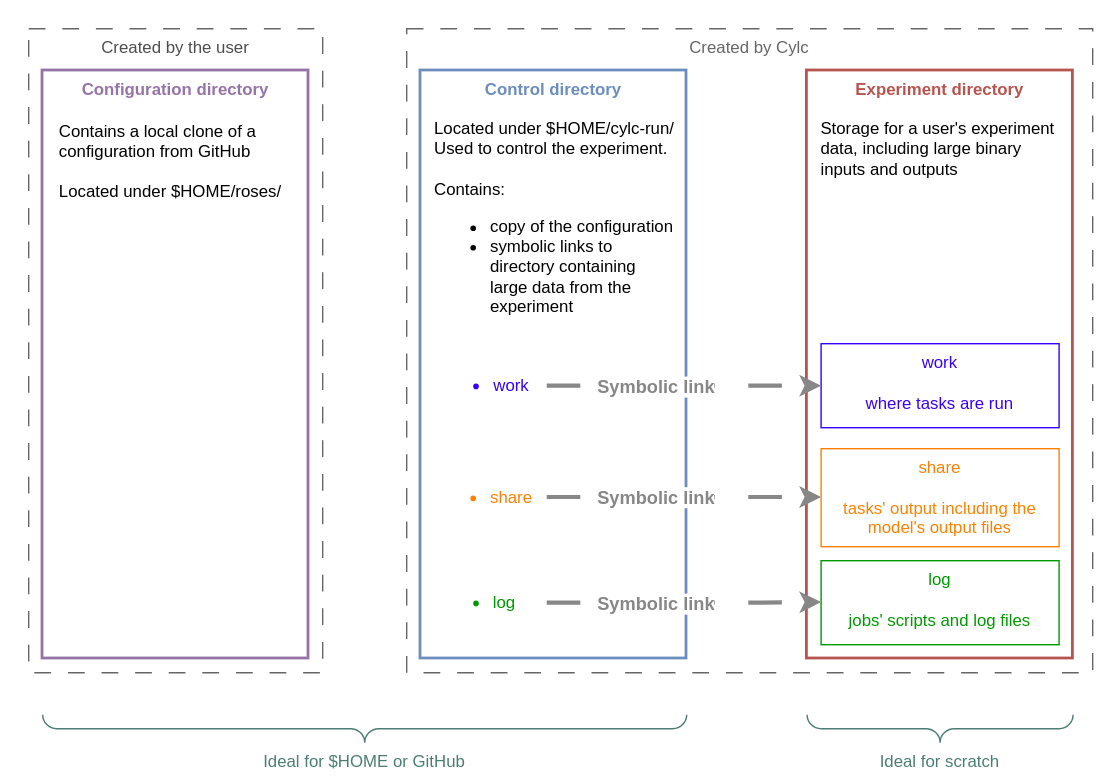
Earlier version of the draw.io export docs/assets/cylc_file_org.drawio.svg (ACCESS-NRI/ACCESS-Hive-Docs). Source tidied: cells renumbered, new cells last; positions are measured from the earlier drawing's top-left corner, leaving out a move shared by most shapes.
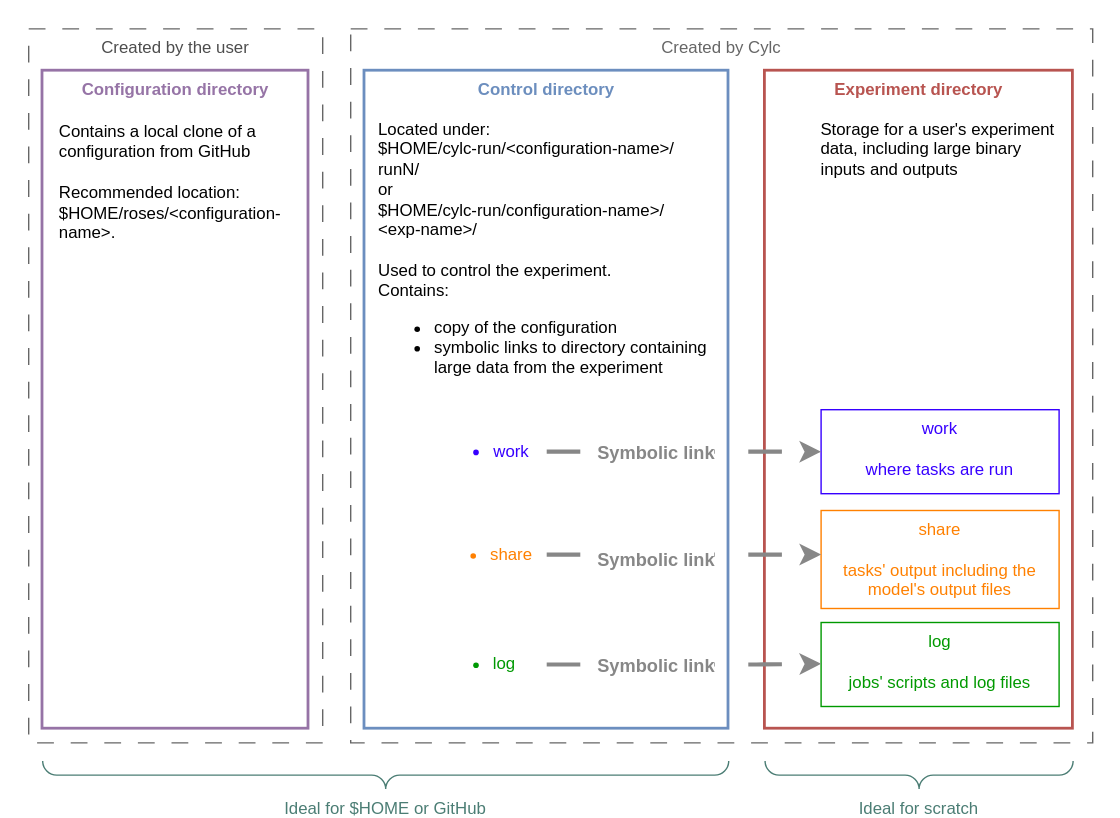
After the commit.

Commit message:
Update diagram for cylc

Change to the diagram source:
```diff
@@ -6,37 +6,37 @@
       <mxGeometry width="800" height="560" as="geometry" />
     </mxCell>
     <mxCell id="3" value="Created by the user" style="rounded=0;whiteSpace=wrap;html=1;verticalAlign=top;fontColor=#4D4D4D;strokeColor=#666666;dashed=1;dashPattern=12 12;" parent="1" vertex="1">
-      <mxGeometry x="20" y="20" width="210" height="460" as="geometry" />
+      <mxGeometry x="20" y="20" width="210" height="510" as="geometry" />
     </mxCell>
     <mxCell id="4" value="Created by Cylc" style="rounded=0;whiteSpace=wrap;html=1;verticalAlign=top;strokeColor=#666666;dashed=1;dashPattern=12 12;fontColor=#666666;" parent="1" vertex="1">
-      <mxGeometry x="290" y="20" width="490" height="460" as="geometry" />
+      <mxGeometry x="250" y="20" width="530" height="510" as="geometry" />
     </mxCell>
     <mxCell id="5" value="Configuration directory" style="rounded=0;whiteSpace=wrap;html=1;align=center;verticalAlign=top;fillColor=none;strokeColor=#9673a6;fontColor=light-dark(#9674a6, #ededed);strokeWidth=2;fontStyle=1;" parent="1" vertex="1">
-      <mxGeometry x="30" y="50" width="190" height="420" as="geometry" />
+      <mxGeometry x="30" y="50" width="190" height="470" as="geometry" />
     </mxCell>
-    <mxCell id="6" value="Contains a local clone of a configuration from GitHub&lt;div&gt;&lt;br&gt;&lt;/div&gt;&lt;div&gt;Located under $HOME/roses/&lt;/div&gt;" style="rounded=0;whiteSpace=wrap;html=1;strokeColor=none;align=left;verticalAlign=top;" parent="1" vertex="1">
-      <mxGeometry x="40" y="80" width="170" height="120" as="geometry" />
+    <mxCell id="6" value="Contains a local clone of a configuration from GitHub&lt;div&gt;&lt;br&gt;&lt;/div&gt;&lt;div&gt;Recommended location: $HOME/roses/&amp;lt;configuration-name&amp;gt;.&lt;/div&gt;&lt;div&gt;&lt;br&gt;&lt;/div&gt;" style="rounded=0;whiteSpace=wrap;html=1;strokeColor=none;align=left;verticalAlign=top;" parent="1" vertex="1">
+      <mxGeometry x="40" y="80" width="170" height="105" as="geometry" />
     </mxCell>
     <mxCell id="7" value="Control directory" style="rounded=0;whiteSpace=wrap;html=1;align=center;verticalAlign=top;fillColor=none;strokeColor=#6c8ebf;strokeWidth=2;fontStyle=1;fontColor=light-dark(#6c8ebe, #ededed);" parent="1" vertex="1">
-      <mxGeometry x="300" y="50" width="190" height="420" as="geometry" />
+      <mxGeometry x="260" y="50" width="260" height="470" as="geometry" />
     </mxCell>
-    <mxCell id="8" value="Located under $HOME/cylc-run/&lt;div&gt;&lt;div&gt;Used to control the experiment.&lt;/div&gt;&lt;div&gt;&lt;br&gt;&lt;/div&gt;&lt;div&gt;Contains:&lt;/div&gt;&lt;div&gt;&lt;ul&gt;&lt;li&gt;copy of the configuration&lt;/li&gt;&lt;li&gt;symbolic links to directory containing large data from the experiment&lt;/li&gt;&lt;/ul&gt;&lt;/div&gt;&lt;div&gt;&lt;br&gt;&lt;/div&gt;&lt;/div&gt;" style="rounded=0;whiteSpace=wrap;html=1;strokeColor=none;align=left;verticalAlign=top;spacing=0;" parent="1" vertex="1">
-      <mxGeometry x="310" y="80" width="170" height="165" as="geometry" />
+    <mxCell id="8" value="Located under:&lt;span style=&quot;background-color: transparent; color: light-dark(rgb(0, 0, 0), rgb(255, 255, 255));&quot;&gt;&amp;nbsp;&lt;/span&gt;&lt;div&gt;$HOME/cylc-run/&amp;lt;configuration-name&amp;gt;/&lt;/div&gt;&lt;div&gt;runN/&amp;nbsp;&lt;/div&gt;&lt;div&gt;or&amp;nbsp;&lt;/div&gt;&lt;div&gt;$HOME/cylc-run/configuration-name&amp;gt;/&lt;/div&gt;&lt;div&gt;&amp;lt;exp-name&amp;gt;/&lt;br&gt;&lt;div&gt;&lt;div&gt;&lt;br&gt;&lt;/div&gt;&lt;div&gt;Used to control the experiment.&lt;/div&gt;&lt;div&gt;&lt;span style=&quot;background-color: transparent; color: light-dark(rgb(0, 0, 0), rgb(255, 255, 255));&quot;&gt;Contains:&lt;/span&gt;&lt;/div&gt;&lt;div&gt;&lt;ul&gt;&lt;li&gt;copy of the configuration&lt;/li&gt;&lt;li&gt;symbolic links to directory containing large data from the experiment&lt;/li&gt;&lt;/ul&gt;&lt;/div&gt;&lt;div&gt;&lt;br&gt;&lt;/div&gt;&lt;/div&gt;&lt;/div&gt;" style="rounded=0;whiteSpace=wrap;html=1;strokeColor=none;align=left;verticalAlign=top;spacing=0;" parent="1" vertex="1">
+      <mxGeometry x="270" y="80" width="240" height="210" as="geometry" />
     </mxCell>
     <mxCell id="9" value="Experiment directory" style="rounded=0;whiteSpace=wrap;html=1;align=center;verticalAlign=top;fillColor=none;strokeColor=#b85450;strokeWidth=2;fontStyle=1;fontColor=light-dark(#b85450, #ededed);" parent="1" vertex="1">
-      <mxGeometry x="576" y="50" width="190" height="420" as="geometry" />
+      <mxGeometry x="546" y="50" width="220" height="470" as="geometry" />
     </mxCell>
     <mxCell id="10" value="&lt;div&gt;&lt;div&gt;Storage for a user's experiment data, including large binary inputs and outputs&lt;/div&gt;&lt;/div&gt;" style="rounded=0;whiteSpace=wrap;html=1;strokeColor=none;align=left;verticalAlign=top;spacing=0;" parent="1" vertex="1">
       <mxGeometry x="586" y="80" width="170" height="60" as="geometry" />
     </mxCell>
-    <mxCell id="11" value="work&lt;div&gt;&lt;br&gt;&lt;/div&gt;&lt;div&gt;where tasks are run&lt;/div&gt;" style="rounded=0;whiteSpace=wrap;html=1;verticalAlign=top;fontColor=light-dark(#3700ff, #ededed);strokeColor=light-dark(#3700ff, #ededed);" parent="1" vertex="1">
-      <mxGeometry x="586" y="245" width="170" height="60" as="geometry" />
+    <mxCell id="11" value="work&lt;div&gt;&lt;br&gt;&lt;/div&gt;&lt;div&gt;where tasks are run&lt;/div&gt;" style="rounded=0;whiteSpace=wrap;html=1;verticalAlign=top;fontColor=#3700FF;strokeColor=#3700FF;" parent="1" vertex="1">
+      <mxGeometry x="586" y="292" width="170" height="60" as="geometry" />
     </mxCell>
     <mxCell id="12" style="edgeStyle=orthogonalEdgeStyle;rounded=0;jettySize=auto;html=1;entryX=0;entryY=0.5;entryDx=0;entryDy=0;dashed=1;dashPattern=8 8;strokeColor=#878787;fontColor=#6E6E6E;exitX=1;exitY=0.5;exitDx=0;exitDy=0;strokeWidth=3;" parent="1" edge="1" source="18" target="11">
       <mxGeometry relative="1" as="geometry">
         <Array as="points">
-          <mxPoint x="540" y="275" />
-          <mxPoint x="540" y="275" />
+          <mxPoint x="540" y="322" />
+          <mxPoint x="540" y="322" />
         </Array>
       </mxGeometry>
     </mxCell>
@@ -46,46 +46,46 @@
       </mxGeometry>
     </mxCell>
     <mxCell id="14" value="share&lt;div&gt;&lt;br&gt;&lt;/div&gt;&lt;div&gt;tasks' output including the model's output files&lt;/div&gt;" style="rounded=0;whiteSpace=wrap;html=1;verticalAlign=top;strokeColor=#FF8000;fillColor=none;fontColor=#FF8000;" parent="1" vertex="1">
-      <mxGeometry x="586" y="320" width="170" height="70" as="geometry" />
+      <mxGeometry x="586" y="364" width="170" height="70" as="geometry" />
     </mxCell>
     <mxCell id="15" value="log&lt;div&gt;&lt;br&gt;&lt;/div&gt;&lt;div&gt;jobs' scripts and log files&lt;/div&gt;" style="rounded=0;whiteSpace=wrap;html=1;verticalAlign=top;strokeColor=#009900;fillColor=none;fontColor=#009900;" parent="1" vertex="1">
-      <mxGeometry x="586" y="400" width="170" height="60" as="geometry" />
+      <mxGeometry x="586" y="444" width="170" height="60" as="geometry" />
     </mxCell>
     <mxCell id="16" value="Ideal for $HOME or GitHub" style="verticalLabelPosition=bottom;shadow=0;dashed=0;align=center;html=1;verticalAlign=top;strokeWidth=1;shape=mxgraph.mockup.markup.curlyBrace;whiteSpace=wrap;strokeColor=#4B7D74;flipH=0;legacyAnchorPoints=0;flipV=1;fontColor=#4B7D74;" parent="1" vertex="1">
-      <mxGeometry x="30" y="510" width="460" height="20" as="geometry" />
+      <mxGeometry x="30" y="543" width="490" height="20" as="geometry" />
     </mxCell>
     <mxCell id="17" value="Ideal for scratch" style="verticalLabelPosition=bottom;shadow=0;dashed=0;align=center;html=1;verticalAlign=top;strokeWidth=1;shape=mxgraph.mockup.markup.curlyBrace;whiteSpace=wrap;strokeColor=#4B7D74;flipH=0;legacyAnchorPoints=0;flipV=1;fontColor=#4B7D74;" parent="1" vertex="1">
-      <mxGeometry x="576" y="510" width="190" height="20" as="geometry" />
+      <mxGeometry x="546" y="543" width="220" height="20" as="geometry" />
     </mxCell>
-    <mxCell id="18" value="&lt;ul&gt;&lt;li&gt;work&lt;/li&gt;&lt;/ul&gt;" style="text;html=1;whiteSpace=wrap;strokeColor=none;fillColor=none;align=center;verticalAlign=middle;rounded=0;fontColor=light-dark(#3700ff, #ededed);" parent="1" vertex="1">
-      <mxGeometry x="300" y="253" width="90" height="44" as="geometry" />
+    <mxCell id="18" value="&lt;ul&gt;&lt;li&gt;work&lt;/li&gt;&lt;/ul&gt;" style="text;html=1;whiteSpace=wrap;strokeColor=none;fillColor=none;align=center;verticalAlign=middle;rounded=0;fontColor=#3700FF;" parent="1" vertex="1">
+      <mxGeometry x="300" y="300" width="90" height="44" as="geometry" />
     </mxCell>
     <mxCell id="19" value="&lt;ul&gt;&lt;li&gt;share&lt;/li&gt;&lt;/ul&gt;" style="text;html=1;whiteSpace=wrap;strokeColor=none;fillColor=none;align=center;verticalAlign=middle;rounded=0;fontColor=#FF8001;" parent="1" vertex="1">
-      <mxGeometry x="300" y="333" width="90" height="44" as="geometry" />
+      <mxGeometry x="300" y="374" width="90" height="44" as="geometry" />
     </mxCell>
     <mxCell id="20" style="edgeStyle=orthogonalEdgeStyle;rounded=0;orthogonalLoop=1;jettySize=auto;html=1;entryX=0;entryY=0.5;entryDx=0;entryDy=0;dashed=1;dashPattern=8 8;strokeColor=#878787;fontColor=#6E6E6E;exitX=1;exitY=0.5;exitDx=0;exitDy=0;strokeWidth=3;" parent="1" edge="1">
       <mxGeometry relative="1" as="geometry">
-        <mxPoint x="390" y="354.5" as="sourcePoint" />
-        <mxPoint x="586" y="354.5" as="targetPoint" />
+        <mxPoint x="390" y="395.5" as="sourcePoint" />
+        <mxPoint x="586" y="395.5" as="targetPoint" />
         <Array as="points">
-          <mxPoint x="540" y="354.5" />
-          <mxPoint x="540" y="354.5" />
+          <mxPoint x="540" y="395.5" />
+          <mxPoint x="540" y="395.5" />
         </Array>
       </mxGeometry>
     </mxCell>
     <mxCell id="21" value="Symbolic link" style="edgeLabel;html=1;align=center;verticalAlign=middle;fontSize=13;fontStyle=1;fontColor=#878787;" parent="20" vertex="1">
       <mxGeometry x="-0.4" y="-1" relative="1" as="geometry">
-        <mxPoint x="18" y="-1" as="offset" />
+        <mxPoint x="18" y="2" as="offset" />
       </mxGeometry>
     </mxCell>
-    <mxCell id="22" value="&lt;ul&gt;&lt;li&gt;log&lt;/li&gt;&lt;/ul&gt;" style="text;html=1;whiteSpace=wrap;strokeColor=none;fillColor=none;align=center;verticalAlign=middle;rounded=0;fontColor=light-dark(#009903, #cd6000);" parent="1" vertex="1">
-      <mxGeometry x="290" y="408" width="100" height="44" as="geometry" />
+    <mxCell id="22" value="&lt;ul&gt;&lt;li&gt;log&lt;/li&gt;&lt;/ul&gt;" style="text;html=1;whiteSpace=wrap;strokeColor=none;fillColor=none;align=center;verticalAlign=middle;rounded=0;fontColor=#009903;" parent="1" vertex="1">
+      <mxGeometry x="290" y="452" width="100" height="44" as="geometry" />
     </mxCell>
     <mxCell id="23" style="edgeStyle=orthogonalEdgeStyle;rounded=0;jettySize=auto;html=1;entryX=0;entryY=0.5;entryDx=0;entryDy=0;dashed=1;dashPattern=8 8;strokeColor=#878787;fontColor=#6E6E6E;exitX=1;exitY=0.5;exitDx=0;exitDy=0;strokeWidth=3;" parent="1" edge="1" source="22">
       <mxGeometry relative="1" as="geometry">
-        <mxPoint x="586" y="429.5" as="targetPoint" />
+        <mxPoint x="586" y="473.5" as="targetPoint" />
         <Array as="points">
-          <mxPoint x="540" y="430" />
+          <mxPoint x="540" y="474" />
         </Array>
       </mxGeometry>
     </mxCell>
```
